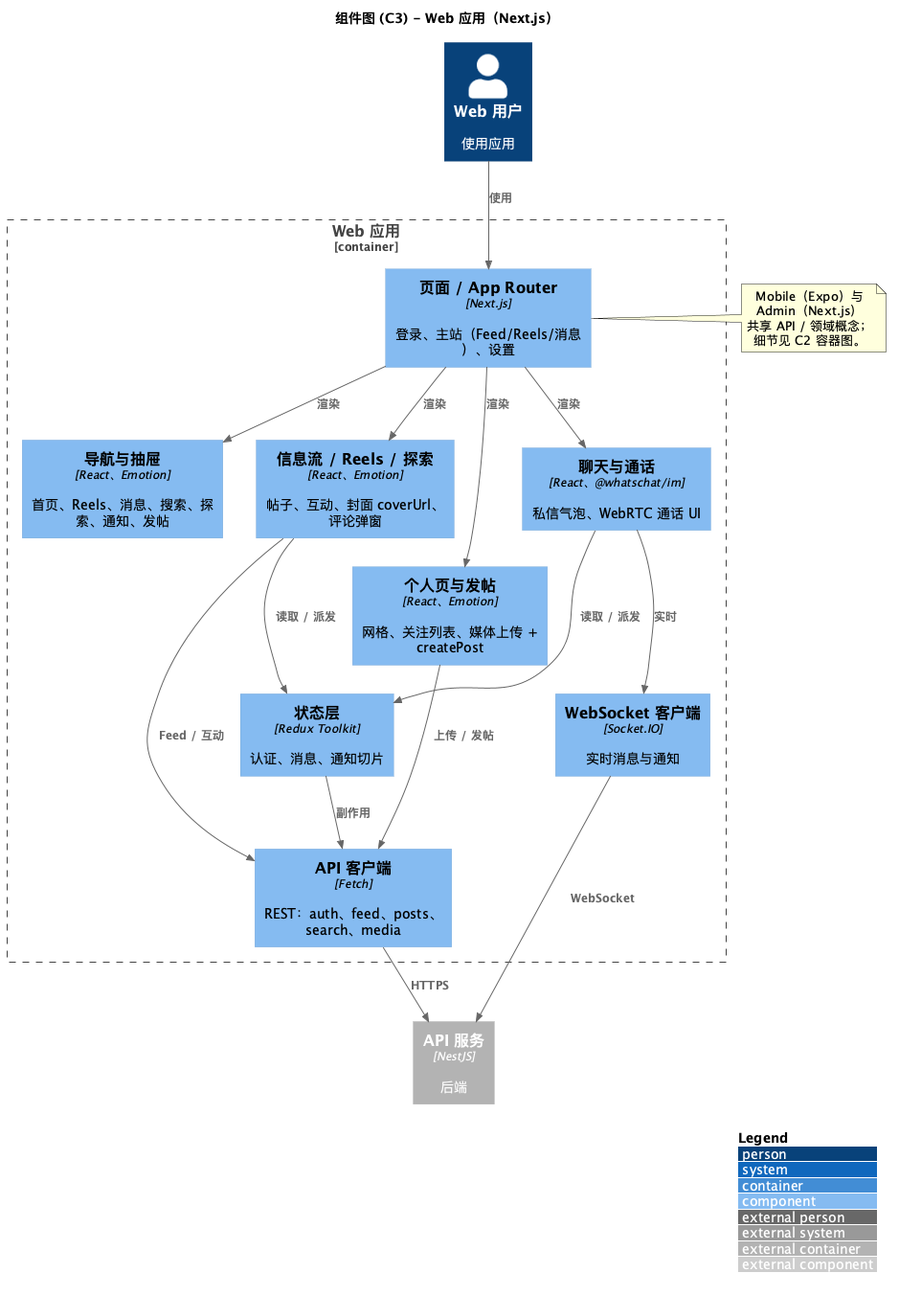
Above: docs/developer/c4-model/png/C3-Component-Frontend.png in felixzhu97/explore-chat (PlantUML), before the change.
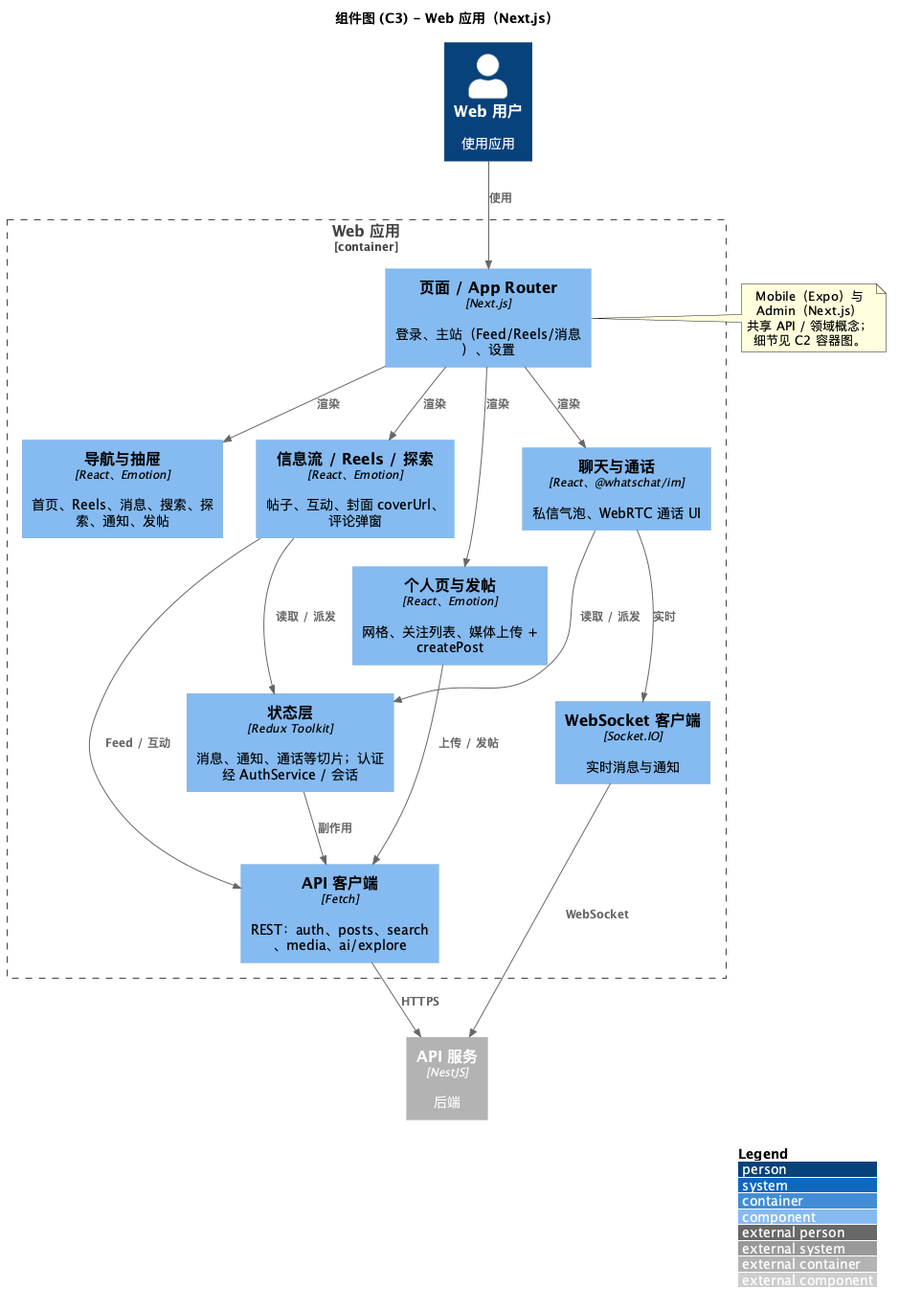
The same file after the commit.

What changed in the source:
```diff
@@ -11,8 +11,8 @@
   Component(feed_ui, "信息流 / Reels / 探索", "React、Emotion", "帖子、互动、封面 coverUrl、评论弹窗")
   Component(chat_ui, "聊天与通话", "React、@whatschat/im", "私信气泡、WebRTC 通话 UI")
   Component(profile_ui, "个人页与发帖", "React、Emotion", "网格、关注列表、媒体上传 + createPost")
-  Component(state, "状态层", "Redux Toolkit", "认证、消息、通知切片")
-  Component(api_client, "API 客户端", "Fetch", "REST：auth、feed、posts、search、media")
+  Component(state, "状态层", "Redux Toolkit", "消息、通知、通话等切片；认证经 AuthService / 会话")
+  Component(api_client, "API 客户端", "Fetch", "REST：auth、posts、search、media、ai/explore")
   Component(ws_client, "WebSocket 客户端", "Socket.IO", "实时消息与通知")
 }
 
```
